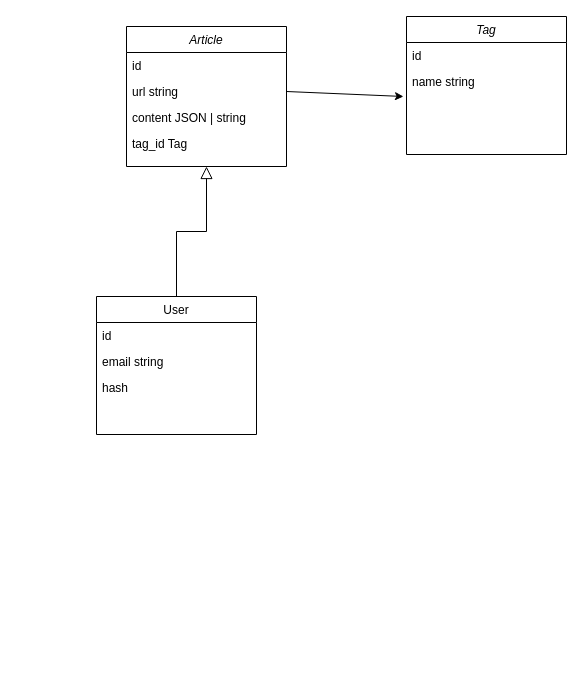
Earlier version of the draw.io diagram draw/Database Diagram.drawio (Kirrrusha/link-storage). Source tidied: cells renumbered, new cells numbered last; positions are measured from the earlier drawing's top-left corner, leaving out a move shared by most shapes. Both pictures are drawn from the tidied source at 100%, with x=0, y=0 at pixel (96, 16).
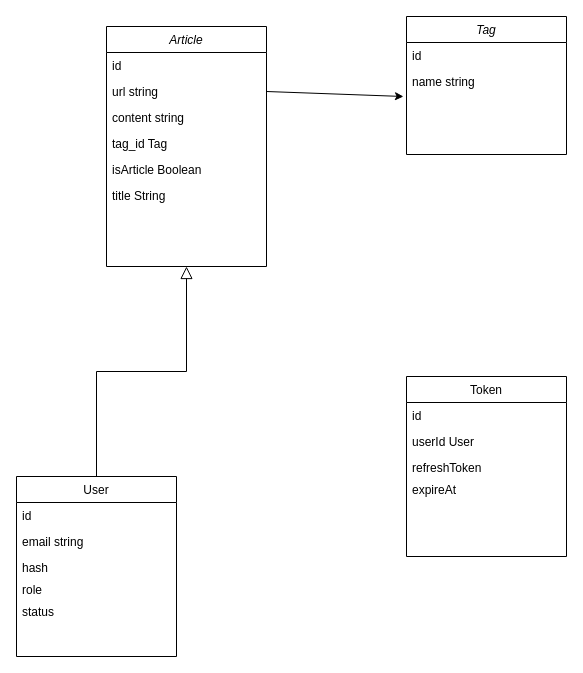
Above is the later version.

The edit, as a diff of the source:
```diff
@@
     <mxCell id="2" value="Article" style="swimlane;fontStyle=2;align=center;verticalAlign=top;horizontal=1;startSize=26;rounded=0;shadow=0;strokeWidth=1;" parent="1" vertex="1">
-      <mxGeometry x="30" y="10" width="160" height="140" as="geometry" />
+      <mxGeometry x="10" y="10" width="160" height="240" as="geometry" />
     </mxCell>
@@
-    <mxCell id="5" value="content JSON | string" style="text;align=left;verticalAlign=top;spacingLeft=4;spacingRight=4;overflow=hidden;rounded=0;shadow=0;html=0;" parent="2" vertex="1">
+    <mxCell id="5" value="content string" style="text;align=left;verticalAlign=top;spacingLeft=4;spacingRight=4;overflow=hidden;rounded=0;shadow=0;html=0;" parent="2" vertex="1">
       <mxGeometry y="78" width="160" height="26" as="geometry" />
     </mxCell>
@@
+    <mxCell id="16" value="isArticle Boolean" style="text;align=left;verticalAlign=top;spacingLeft=4;spacingRight=4;overflow=hidden;rounded=0;shadow=0;html=0;" parent="2" vertex="1">
+      <mxGeometry y="130" width="160" height="26" as="geometry" />
+    </mxCell>
+    <mxCell id="17" value="title String" style="text;align=left;verticalAlign=top;spacingLeft=4;spacingRight=4;overflow=hidden;rounded=0;shadow=0;html=0;" parent="2" vertex="1">
+      <mxGeometry y="156" width="160" height="26" as="geometry" />
+    </mxCell>
     <mxCell id="7" value="User" style="swimlane;fontStyle=0;align=center;verticalAlign=top;horizontal=1;startSize=26;rounded=0;shadow=0;strokeWidth=1;" parent="1" vertex="1">
-      <mxGeometry y="280" width="160" height="138" as="geometry" />
+      <mxGeometry x="-80" y="460" width="160" height="180" as="geometry" />
     </mxCell>
@@
     <mxCell id="10" value="hash" style="text;align=left;verticalAlign=top;spacingLeft=4;spacingRight=4;overflow=hidden;rounded=0;shadow=0;html=0;" parent="7" vertex="1">
-      <mxGeometry y="78" width="160" height="26" as="geometry" />
+      <mxGeometry y="78" width="160" height="22" as="geometry" />
     </mxCell>
+    <mxCell id="18" value="role" style="text;align=left;verticalAlign=top;spacingLeft=4;spacingRight=4;overflow=hidden;rounded=0;shadow=0;html=0;" parent="7" vertex="1">
+      <mxGeometry y="100" width="160" height="22" as="geometry" />
+    </mxCell>
+    <mxCell id="19" value="status" style="text;align=left;verticalAlign=top;spacingLeft=4;spacingRight=4;overflow=hidden;rounded=0;shadow=0;html=0;" parent="7" vertex="1">
+      <mxGeometry y="122" width="160" height="22" as="geometry" />
+    </mxCell>
@@
+    <mxCell id="20" value="Token" style="swimlane;fontStyle=0;align=center;verticalAlign=top;horizontal=1;startSize=26;rounded=0;shadow=0;strokeWidth=1;" parent="1" vertex="1">
+      <mxGeometry x="310" y="360" width="160" height="180" as="geometry" />
+    </mxCell>
+    <mxCell id="21" value="id" style="text;align=left;verticalAlign=top;spacingLeft=4;spacingRight=4;overflow=hidden;" parent="20" vertex="1">
+      <mxGeometry y="26" width="160" height="26" as="geometry" />
+    </mxCell>
+    <mxCell id="22" value="userId User" style="text;align=left;verticalAlign=top;spacingLeft=4;spacingRight=4;overflow=hidden;rounded=0;shadow=0;html=0;" parent="20" vertex="1">
+      <mxGeometry y="52" width="160" height="26" as="geometry" />
+    </mxCell>
+    <mxCell id="23" value="refreshToken" style="text;align=left;verticalAlign=top;spacingLeft=4;spacingRight=4;overflow=hidden;rounded=0;shadow=0;html=0;" parent="20" vertex="1">
+      <mxGeometry y="78" width="160" height="22" as="geometry" />
+    </mxCell>
+    <mxCell id="24" value="expireAt" style="text;align=left;verticalAlign=top;spacingLeft=4;spacingRight=4;overflow=hidden;rounded=0;shadow=0;html=0;" parent="20" vertex="1">
+      <mxGeometry y="100" width="160" height="22" as="geometry" />
+    </mxCell>
```
